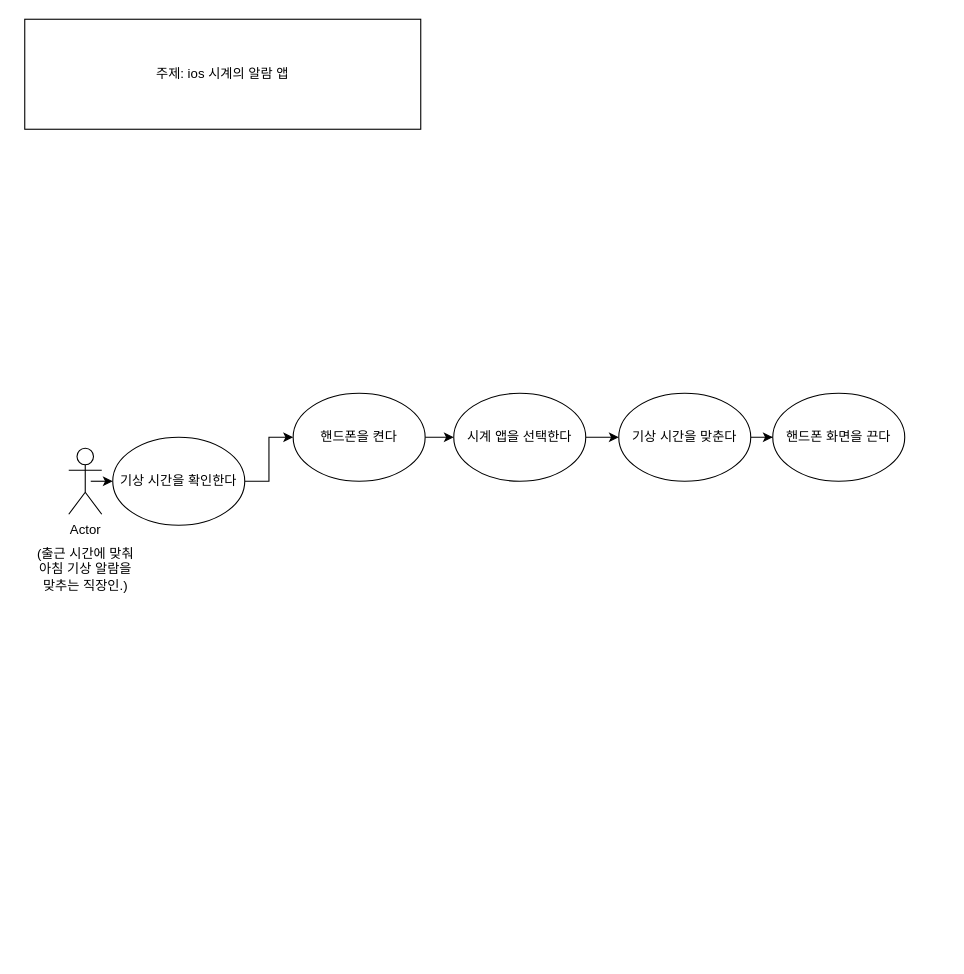
Earlier version of the draw.io diagram 0824 알람 애플리케이션 분석/설명.drawio (doit0/usecase-diagram). Source tidied: cells renumbered, new cells numbered last; positions are measured from the earlier drawing's top-left corner, leaving out a move shared by most shapes. Both pictures are drawn from the tidied source at 110%, with x=0, y=0 at pixel (19, 19).
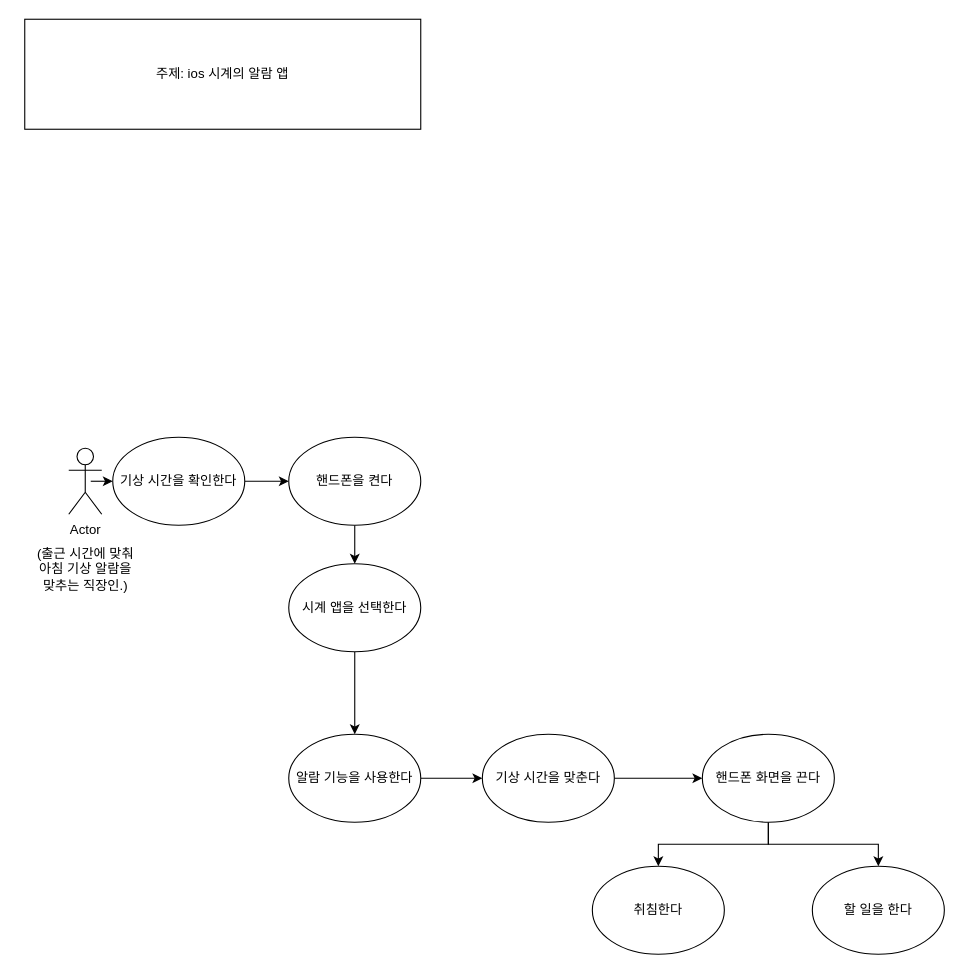
Above is the later version.

Commit message:
설명.drawio 업데이트

Diff of the diagram source:
```diff
@@
     <mxCell id="8" value="핸드폰을 켠다" style="ellipse;whiteSpace=wrap;html=1;" parent="1" vertex="1">
-      <mxGeometry x="249" y="340" width="120" height="80" as="geometry" />
+      <mxGeometry x="245" y="380" width="120" height="80" as="geometry" />
     </mxCell>
@@
     <mxCell id="10" value="시계 앱을 선택한다" style="ellipse;whiteSpace=wrap;html=1;" parent="1" vertex="1">
-      <mxGeometry x="395" y="340" width="120" height="80" as="geometry" />
+      <mxGeometry x="245" y="495" width="120" height="80" as="geometry" />
     </mxCell>
@@
-    <mxCell id="12" value="기상 시간을 맞춘다" style="ellipse;whiteSpace=wrap;html=1;" parent="1" vertex="1">
-      <mxGeometry x="545" y="340" width="120" height="80" as="geometry" />
+    <mxCell id="12" value="알람 기능을 사용한다" style="ellipse;whiteSpace=wrap;html=1;" parent="1" vertex="1">
+      <mxGeometry x="245" y="650" width="120" height="80" as="geometry" />
     </mxCell>
+    <mxCell id="15" style="edgeStyle=orthogonalEdgeStyle;rounded=0;jettySize=auto;html=1;" parent="1" edge="1" source="13" target="18">
+      <mxGeometry relative="1" as="geometry" />
+    </mxCell>
-    <mxCell id="13" value="핸드폰 화면을 끈다" style="ellipse;whiteSpace=wrap;html=1;" parent="1" vertex="1">
-      <mxGeometry x="685" y="340" width="120" height="80" as="geometry" />
+    <mxCell id="13" value="기상 시간을 맞춘다" style="ellipse;whiteSpace=wrap;html=1;" parent="1" vertex="1">
+      <mxGeometry x="421" y="650" width="120" height="80" as="geometry" />
     </mxCell>
@@
+    <mxCell id="16" style="edgeStyle=orthogonalEdgeStyle;rounded=0;jettySize=auto;html=1;" parent="1" edge="1" source="18" target="19">
+      <mxGeometry relative="1" as="geometry" />
+    </mxCell>
+    <mxCell id="17" style="edgeStyle=orthogonalEdgeStyle;rounded=0;jettySize=auto;html=1;" parent="1" edge="1" source="18" target="20">
+      <mxGeometry relative="1" as="geometry" />
+    </mxCell>
+    <mxCell id="18" value="핸드폰 화면을 끈다" style="ellipse;whiteSpace=wrap;html=1;" parent="1" vertex="1">
+      <mxGeometry x="621" y="650" width="120" height="80" as="geometry" />
+    </mxCell>
+    <mxCell id="19" value="취침한다" style="ellipse;whiteSpace=wrap;html=1;" parent="1" vertex="1">
+      <mxGeometry x="521" y="770" width="120" height="80" as="geometry" />
+    </mxCell>
+    <mxCell id="20" value="할 일을 한다" style="ellipse;whiteSpace=wrap;html=1;" parent="1" vertex="1">
+      <mxGeometry x="721" y="770" width="120" height="80" as="geometry" />
+    </mxCell>
```
